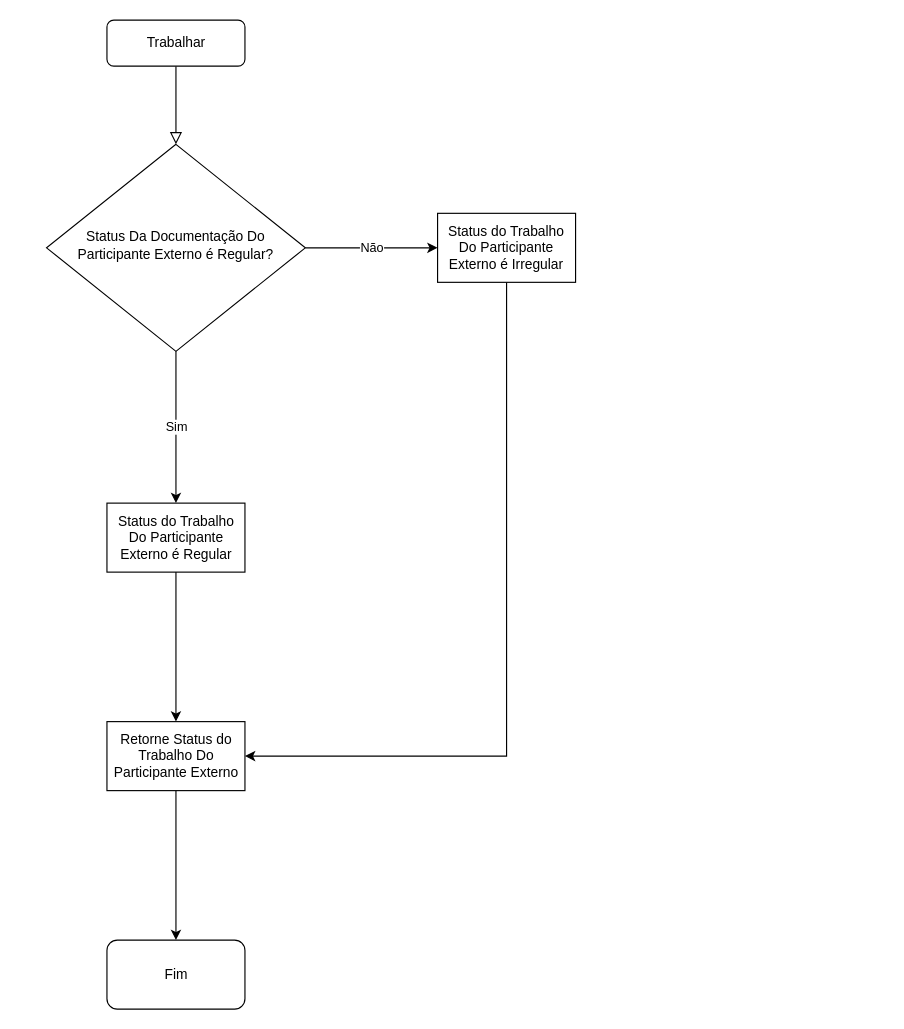
This is regras.de.negocio/participante/externo/trabalhar.drawio from andre-alck/erp, a draw.io file, before an edit. Source tidied: cells renumbered, new cells numbered last; positions are measured from the earlier drawing's top-left corner, leaving out a move shared by most shapes. Both pictures are drawn from the tidied source at 115%, with x=0, y=0 at pixel (46, 20).
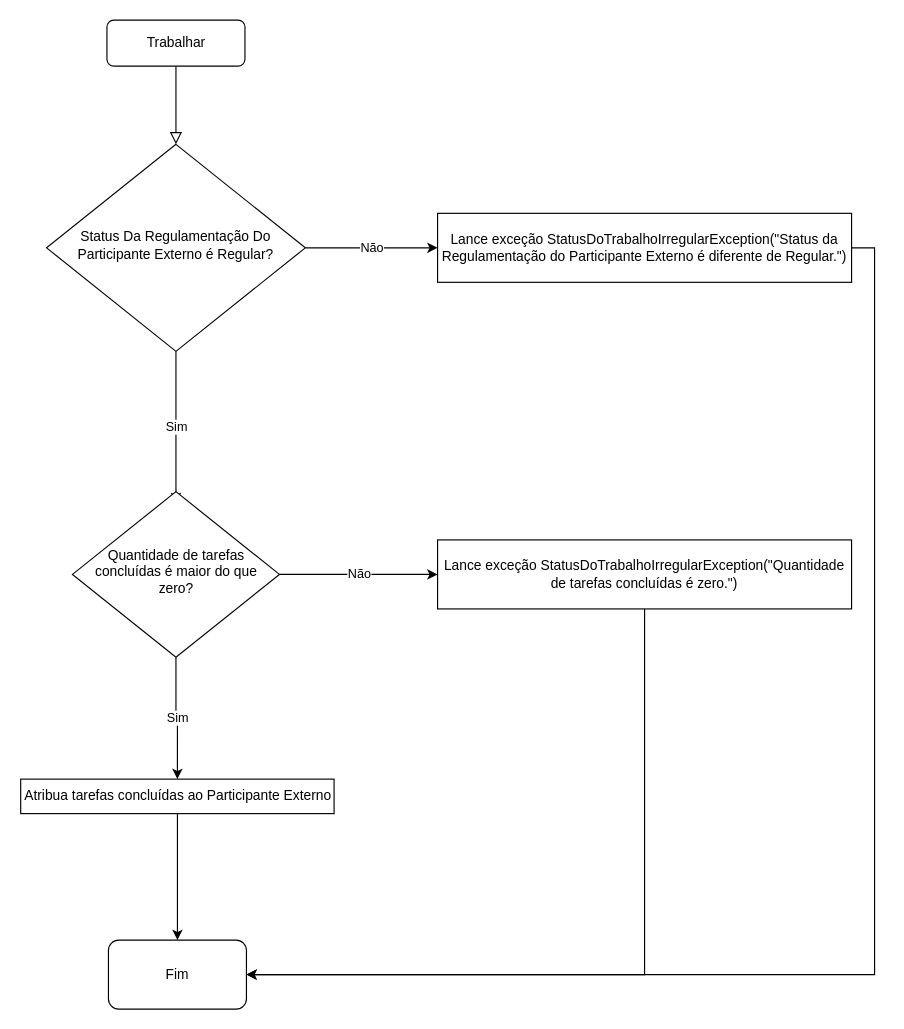
The same page after the edit.

Commit message (it also covers changes not shown here):
docs: update regra de negocio para trabalhar

The edit, as a diff of the source:
```diff
@@
 <mxGraphModel>
   <root>
     <mxCell id="0" />
     <mxCell id="1" parent="0" />
     <mxCell id="2" style="rounded=0;html=1;jettySize=auto;fontSize=11;endArrow=block;endFill=0;endSize=8;strokeWidth=1;shadow=0;labelBackgroundColor=none;edgeStyle=orthogonalEdgeStyle;" parent="1" edge="1" source="3" target="6">
       <mxGeometry relative="1" as="geometry" />
     </mxCell>
     <mxCell id="3" value="Trabalhar" style="rounded=1;whiteSpace=wrap;html=1;fontSize=12;glass=0;strokeWidth=1;shadow=0;" parent="1" vertex="1">
       <mxGeometry x="52.5" width="120" height="40" as="geometry" />
     </mxCell>
     <mxCell id="4" value="Não" style="edgeStyle=orthogonalEdgeStyle;rounded=0;jettySize=auto;html=1;" parent="1" edge="1" source="6" target="8">
       <mxGeometry relative="1" as="geometry" />
     </mxCell>
-    <mxCell id="5" value="Sim" style="edgeStyle=orthogonalEdgeStyle;rounded=0;jettySize=auto;html=1;" parent="1" edge="1" source="6" target="10">
-      <mxGeometry relative="1" as="geometry" />
+    <mxCell id="5" value="Sim" style="edgeStyle=orthogonalEdgeStyle;rounded=0;jettySize=auto;html=1;" parent="1" edge="1" source="6">
+      <mxGeometry relative="1" as="geometry">
+        <mxPoint x="112.5" y="420" as="targetPoint" />
+      </mxGeometry>
     </mxCell>
-    <mxCell id="6" value="Status Da Documentação Do Participante Externo é Regular?" style="rhombus;whiteSpace=wrap;html=1;shadow=0;fontFamily=Helvetica;fontSize=12;align=center;strokeWidth=1;spacing=6;spacingTop=-4;" parent="1" vertex="1">
+    <mxCell id="6" value="Status Da Regulamentação Do Participante Externo é Regular?" style="rhombus;whiteSpace=wrap;html=1;shadow=0;fontFamily=Helvetica;fontSize=12;align=center;strokeWidth=1;spacing=6;spacingTop=-4;" parent="1" vertex="1">
       <mxGeometry y="108" width="225" height="180" as="geometry" />
     </mxCell>
-    <mxCell id="7" style="edgeStyle=orthogonalEdgeStyle;rounded=0;jettySize=auto;html=1;entryX=1;entryY=0.5;entryDx=0;entryDy=0;exitX=0.5;exitY=1;exitDx=0;exitDy=0;" parent="1" edge="1" source="8" target="12">
-      <mxGeometry relative="1" as="geometry" />
-    </mxCell>
+    <mxCell id="14" style="edgeStyle=orthogonalEdgeStyle;rounded=0;jettySize=auto;html=1;entryX=1;entryY=0.5;entryDx=0;entryDy=0;exitX=1;exitY=0.5;exitDx=0;exitDy=0;" parent="1" edge="1" source="8" target="13">
+      <mxGeometry relative="1" as="geometry" />
+    </mxCell>
-    <mxCell id="8" value="Status do Trabalho Do Participante Externo é Irregular" style="rounded=0;whiteSpace=wrap;html=1;" parent="1" vertex="1">
-      <mxGeometry x="340" y="168" width="120" height="60" as="geometry" />
+    <mxCell id="8" value="Lance exceção&amp;nbsp;StatusDoTrabalhoIrregularException(&quot;Status da Regulamentação do Participante Externo é diferente de Regular.&quot;)" style="rounded=0;whiteSpace=wrap;html=1;" parent="1" vertex="1">
+      <mxGeometry x="340" y="168" width="360" height="60" as="geometry" />
     </mxCell>
-    <mxCell id="9" style="edgeStyle=orthogonalEdgeStyle;rounded=0;jettySize=auto;html=1;entryX=0.5;entryY=0;entryDx=0;entryDy=0;" parent="1" edge="1" source="10" target="12">
-      <mxGeometry relative="1" as="geometry" />
-    </mxCell>
-    <mxCell id="10" value="Status do Trabalho Do Participante Externo é Regular" style="rounded=0;whiteSpace=wrap;html=1;" parent="1" vertex="1">
-      <mxGeometry x="52.5" y="420" width="120" height="60" as="geometry" />
-    </mxCell>
-    <mxCell id="11" style="edgeStyle=orthogonalEdgeStyle;rounded=0;jettySize=auto;html=1;" parent="1" edge="1" source="12" target="13">
-      <mxGeometry relative="1" as="geometry" />
-    </mxCell>
-    <mxCell id="12" value="Retorne Status do Trabalho Do Participante Externo" style="whiteSpace=wrap;html=1;" parent="1" vertex="1">
-      <mxGeometry x="52.5" y="610" width="120" height="60" as="geometry" />
-    </mxCell>
     <mxCell id="13" value="Fim" style="rounded=1;whiteSpace=wrap;html=1;" parent="1" vertex="1">
-      <mxGeometry x="52.5" y="800" width="120" height="60" as="geometry" />
+      <mxGeometry x="53.8" y="800" width="120" height="60" as="geometry" />
     </mxCell>
+    <mxCell id="15" value="Não" style="edgeStyle=orthogonalEdgeStyle;rounded=0;jettySize=auto;html=1;entryX=0;entryY=0.5;entryDx=0;entryDy=0;" parent="1" edge="1" source="17" target="19">
+      <mxGeometry relative="1" as="geometry" />
+    </mxCell>
+    <mxCell id="16" value="Sim" style="edgeStyle=orthogonalEdgeStyle;rounded=0;jettySize=auto;html=1;entryX=0.5;entryY=0;entryDx=0;entryDy=0;" parent="1" edge="1" source="17" target="21">
+      <mxGeometry relative="1" as="geometry" />
+    </mxCell>
+    <mxCell id="17" value="Quantidade de tarefas concluídas é maior do que zero?" style="rhombus;whiteSpace=wrap;html=1;shadow=0;fontFamily=Helvetica;fontSize=12;align=center;strokeWidth=1;spacing=6;spacingTop=-4;" parent="1" vertex="1">
+      <mxGeometry x="22.5" y="410" width="180" height="144" as="geometry" />
+    </mxCell>
+    <mxCell id="18" style="edgeStyle=orthogonalEdgeStyle;rounded=0;jettySize=auto;html=1;entryX=1;entryY=0.5;entryDx=0;entryDy=0;exitX=0.5;exitY=1;exitDx=0;exitDy=0;" parent="1" edge="1" source="19" target="13">
+      <mxGeometry relative="1" as="geometry" />
+    </mxCell>
+    <mxCell id="19" value="Lance exceção&amp;nbsp;StatusDoTrabalhoIrregularException(&quot;Quantidade de tarefas concluídas é zero.&quot;)" style="rounded=0;whiteSpace=wrap;html=1;" parent="1" vertex="1">
+      <mxGeometry x="340" y="452" width="360" height="60" as="geometry" />
+    </mxCell>
+    <mxCell id="20" style="edgeStyle=orthogonalEdgeStyle;rounded=0;jettySize=auto;html=1;entryX=0.5;entryY=0;entryDx=0;entryDy=0;" parent="1" edge="1" source="21" target="13">
+      <mxGeometry relative="1" as="geometry" />
+    </mxCell>
+    <mxCell id="21" value="Atribua tarefas concluídas ao Participante Externo" style="rounded=0;whiteSpace=wrap;html=1;" parent="1" vertex="1">
+      <mxGeometry x="-22.5" y="660" width="272.5" height="30" as="geometry" />
+    </mxCell>
   </root>
 </mxGraphModel>
```
